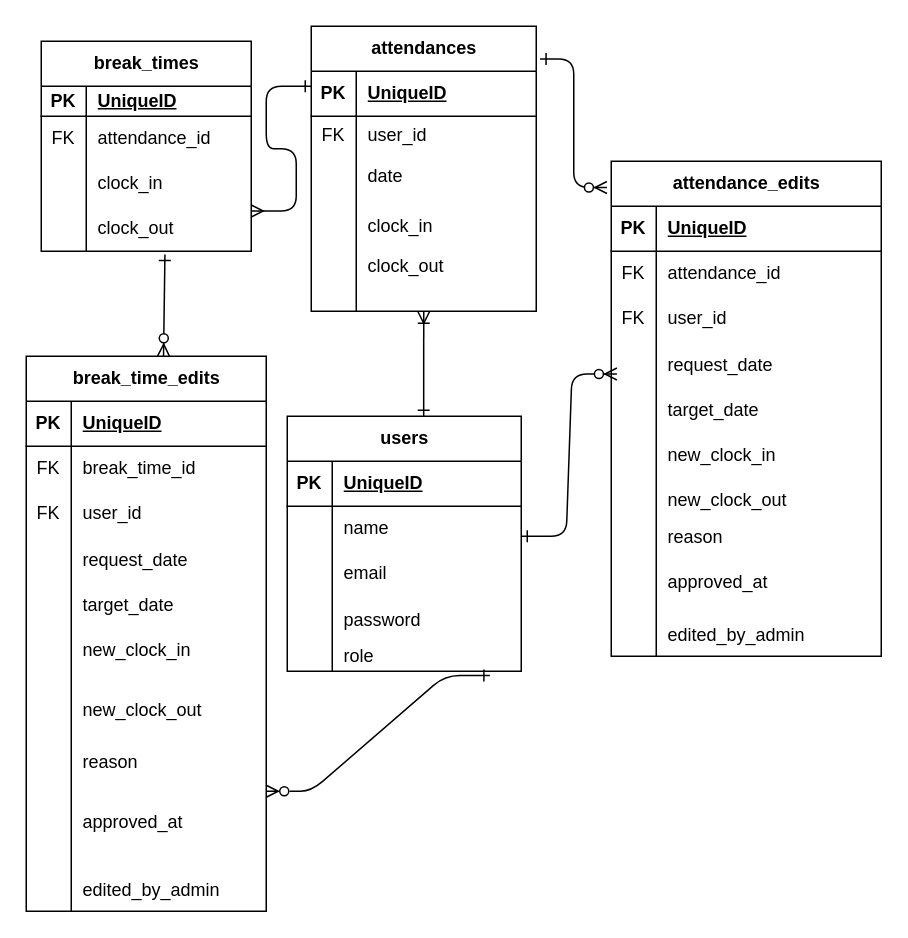
Earlier version of the draw.io diagram erd.dio (yuriko52-star/tna-app1). Source tidied: cells renumbered, new cells numbered last; positions are measured from the earlier drawing's top-left corner, leaving out a move shared by most shapes. Both pictures are drawn from the tidied source at 150%, with x=0, y=0 at pixel (26, 26).
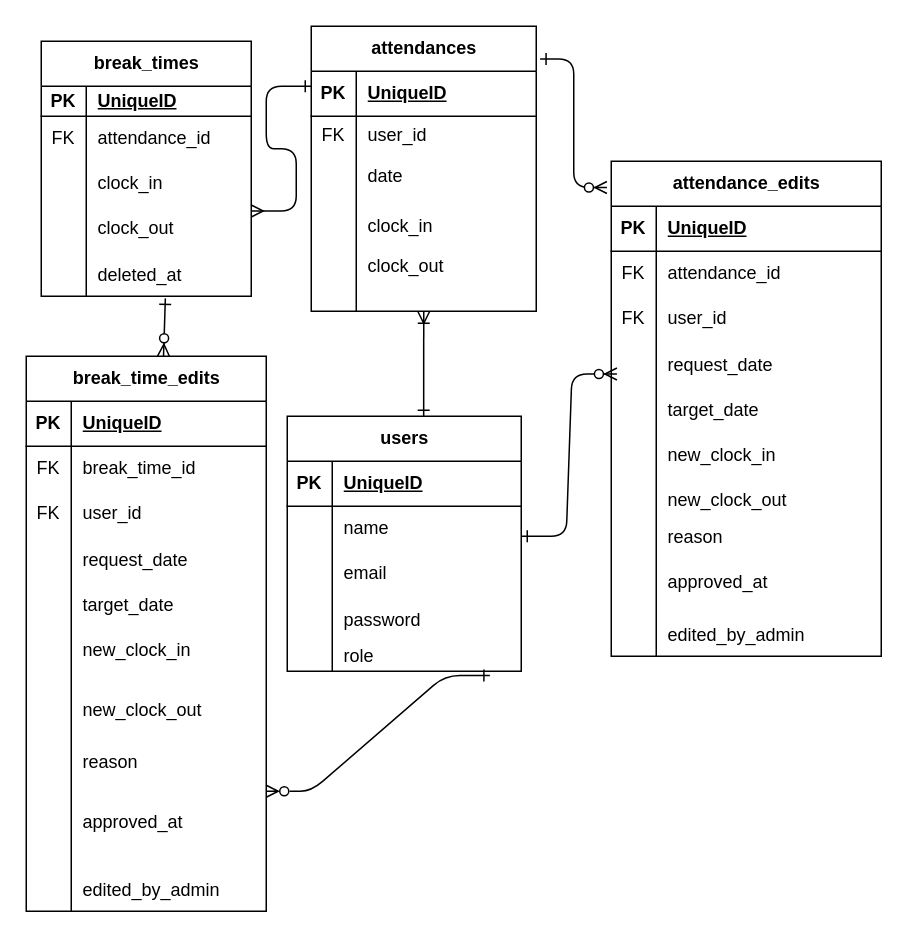
Above is the later version.

Unchanged cells that the change refers to:
```xml
<mxCell id="12" style="shape=tableRow;horizontal=0;startSize=0;swimlaneHead=0;swimlaneBody=0;fillColor=none;points=[[0,0.5],[1,0.5]];portConstraint=eastwest;top=0;left=0;right=0;bottom=0;" parent="2" vertex="1">
  <mxGeometry y="110" width="140" height="30" as="geometry" />
</mxCell>
<mxCell id="15" value="break_time_edits" style="shape=table;startSize=30;childLayout=tableLayout;rowLines=0;fontStyle=1;align=center;html=1;" parent="1" vertex="1">
  <mxGeometry y="220" width="160" height="370" as="geometry" />
</mxCell>
```

The edit, as a diff of the source:
```diff
@@
     <mxCell id="2" value="break_times" style="shape=table;startSize=30;childLayout=tableLayout;rowLines=0;fontStyle=1;align=center;html=1;" parent="1" vertex="1">
-      <mxGeometry x="10" y="10" width="140" height="140" as="geometry" />
+      <mxGeometry x="10" y="10" width="140" height="170" as="geometry" />
     </mxCell>
@@
+    <mxCell id="131" style="shape=tableRow;horizontal=0;startSize=0;swimlaneHead=0;swimlaneBody=0;fillColor=none;points=[[0,0.5],[1,0.5]];portConstraint=eastwest;top=0;left=0;right=0;bottom=0;" parent="2" vertex="1">
+      <mxGeometry y="140" width="140" height="30" as="geometry" />
+    </mxCell>
+    <mxCell id="132" style="shape=partialRectangle;fillColor=none;top=0;left=0;bottom=0;right=0;overflow=hidden;" parent="131" vertex="1">
+      <mxGeometry width="30" height="30" as="geometry" />
+    </mxCell>
+    <mxCell id="133" value="deleted_at" style="shape=partialRectangle;fillColor=none;top=0;left=0;bottom=0;right=0;align=left;spacingLeft=6;overflow=hidden;" parent="131" vertex="1">
+      <mxGeometry x="30" width="110" height="30" as="geometry" />
+    </mxCell>
@@
-    <mxCell id="129" style="fontSize=12;html=1;endArrow=ERone;startArrow=ERzeroToMany;endFill=0;exitX=0.572;exitY=0;exitDx=0;exitDy=0;exitPerimeter=0;entryX=0.589;entryY=1.072;entryDx=0;entryDy=0;entryPerimeter=0;" parent="1" edge="1" source="15" target="12">
+    <mxCell id="129" style="fontSize=12;html=1;endArrow=ERone;startArrow=ERzeroToMany;endFill=0;exitX=0.572;exitY=0;exitDx=0;exitDy=0;exitPerimeter=0;entryX=0.591;entryY=1.047;entryDx=0;entryDy=0;entryPerimeter=0;" parent="1" edge="1" source="15" target="131">
       <mxGeometry relative="1" as="geometry" />
     </mxCell>
```
